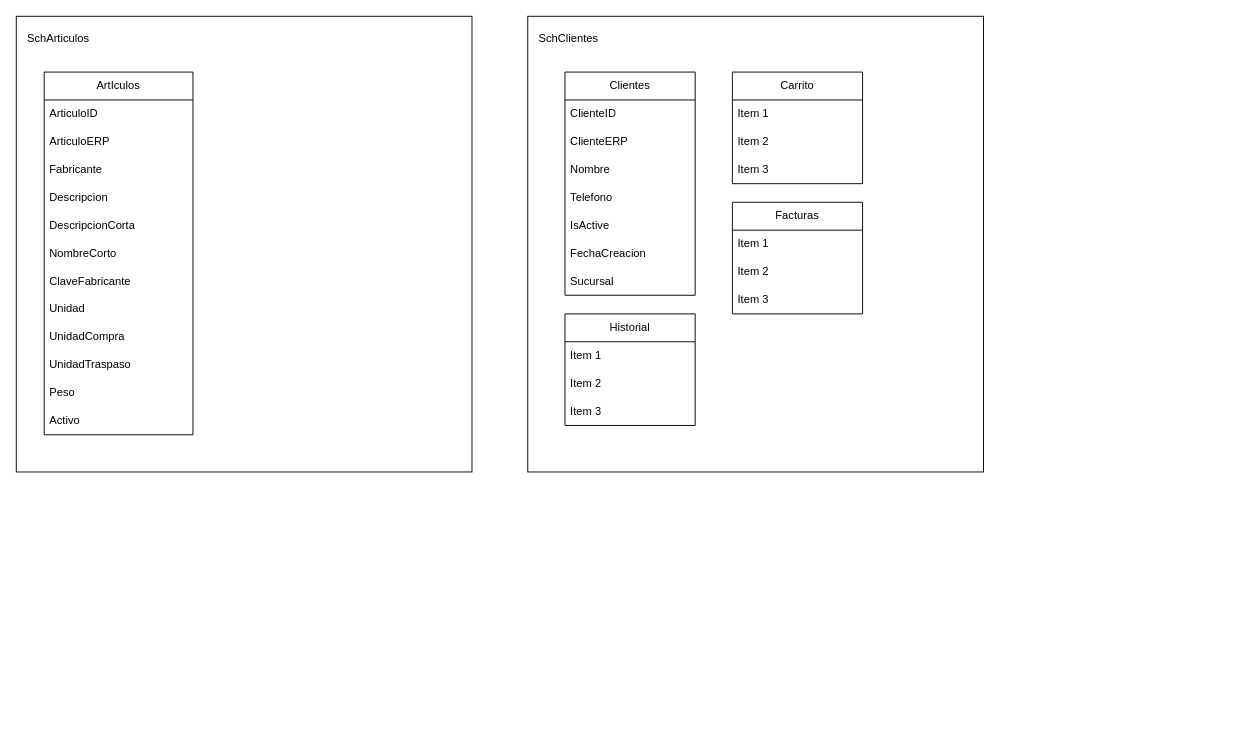
Before: TiendaEnLinea.drawio in axelnfs/BlogMD, a draw.io diagram. Source tidied: cells renumbered, new cells numbered last; positions are measured from the earlier drawing's top-left corner, leaving out a move shared by most shapes. Both pictures are drawn from the tidied source at 93%, with x=0, y=0 at pixel (16, 16).
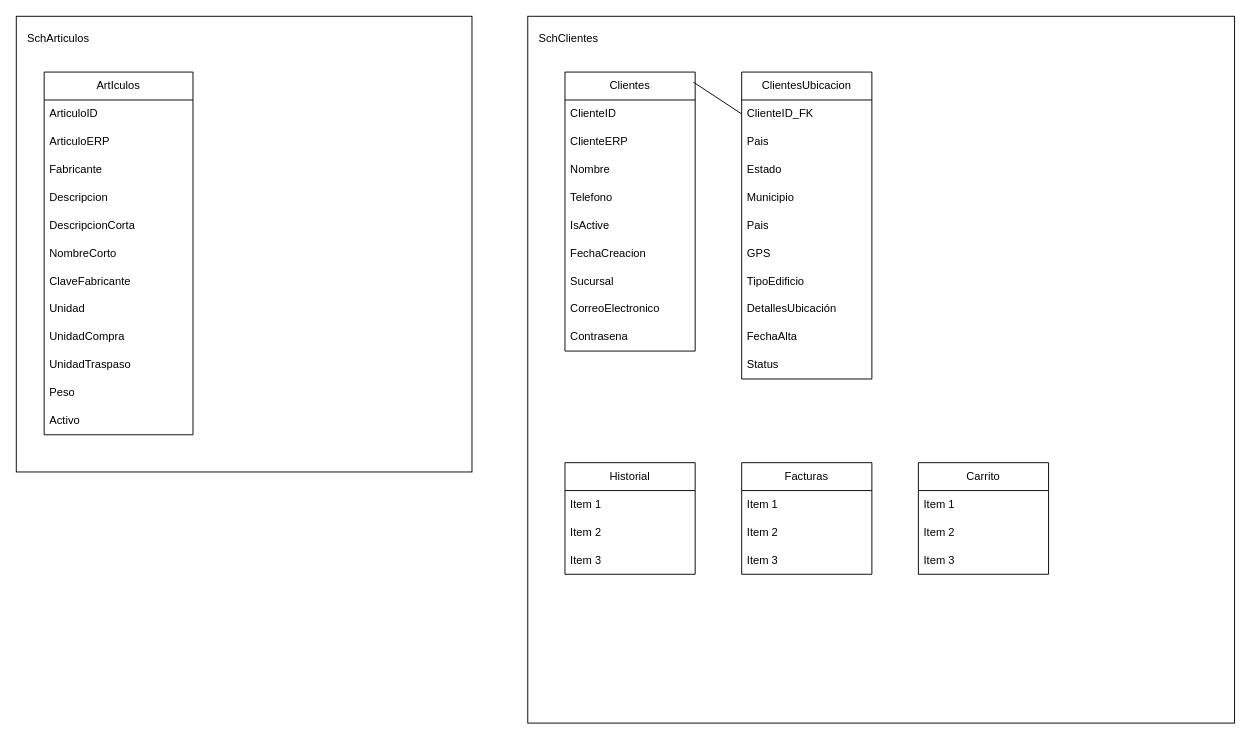
Above is the later version.

What changed in the source:
```diff
@@
     <mxCell id="17" style="whiteSpace=wrap;html=1;" parent="1" vertex="1">
-      <mxGeometry x="550" width="490" height="490" as="geometry" />
+      <mxGeometry x="550" width="760" height="760" as="geometry" />
     </mxCell>
     <mxCell id="18" value="&lt;div&gt;Clientes&lt;/div&gt;" style="swimlane;fontStyle=0;horizontal=1;startSize=30;whiteSpace=wrap;html=1;" parent="1" vertex="1">
-      <mxGeometry x="590" y="60" width="140" height="240" as="geometry" />
+      <mxGeometry x="590" y="60" width="140" height="300" as="geometry" />
     </mxCell>
@@
+    <mxCell id="39" value="CorreoElectronico" style="text;strokeColor=none;fillColor=none;align=left;verticalAlign=middle;spacingLeft=4;spacingRight=4;overflow=hidden;whiteSpace=wrap;html=1;" parent="18" vertex="1">
+      <mxGeometry y="240" width="140" height="30" as="geometry" />
+    </mxCell>
+    <mxCell id="40" value="Contrasena" style="text;strokeColor=none;fillColor=none;align=left;verticalAlign=middle;spacingLeft=4;spacingRight=4;overflow=hidden;whiteSpace=wrap;html=1;" parent="18" vertex="1">
+      <mxGeometry y="270" width="140" height="30" as="geometry" />
+    </mxCell>
@@
     <mxCell id="27" value="&lt;div&gt;Carrito&lt;/div&gt;" style="swimlane;fontStyle=0;horizontal=1;startSize=30;whiteSpace=wrap;html=1;" parent="1" vertex="1">
-      <mxGeometry x="770" y="60" width="140" height="120" as="geometry" />
+      <mxGeometry x="970" y="480" width="140" height="120" as="geometry" />
     </mxCell>
@@
     <mxCell id="31" value="Facturas" style="swimlane;fontStyle=0;horizontal=1;startSize=30;whiteSpace=wrap;html=1;" parent="1" vertex="1">
-      <mxGeometry x="770" y="200" width="140" height="120" as="geometry" />
+      <mxGeometry x="780" y="480" width="140" height="120" as="geometry" />
     </mxCell>
@@
     <mxCell id="35" value="&lt;div&gt;Historial&lt;/div&gt;" style="swimlane;fontStyle=0;horizontal=1;startSize=30;whiteSpace=wrap;html=1;" parent="1" vertex="1">
-      <mxGeometry x="590" y="320" width="140" height="120" as="geometry" />
+      <mxGeometry x="590" y="480" width="140" height="120" as="geometry" />
     </mxCell>
@@
+    <mxCell id="41" value="ClientesUbicacion" style="swimlane;fontStyle=0;horizontal=1;startSize=30;whiteSpace=wrap;html=1;" parent="1" vertex="1">
+      <mxGeometry x="780" y="60" width="140" height="330" as="geometry" />
+    </mxCell>
+    <mxCell id="42" value="ClienteID_FK" style="text;strokeColor=none;fillColor=none;align=left;verticalAlign=middle;spacingLeft=4;spacingRight=4;overflow=hidden;points=[[0,0.5],[1,0.5]];portConstraint=eastwest;whiteSpace=wrap;html=1;" parent="41" vertex="1">
+      <mxGeometry y="30" width="140" height="30" as="geometry" />
+    </mxCell>
+    <mxCell id="43" value="Pais" style="text;strokeColor=none;fillColor=none;align=left;verticalAlign=middle;spacingLeft=4;spacingRight=4;overflow=hidden;whiteSpace=wrap;html=1;" parent="41" vertex="1">
+      <mxGeometry y="60" width="140" height="30" as="geometry" />
+    </mxCell>
+    <mxCell id="44" value="Estado" style="text;strokeColor=none;fillColor=none;align=left;verticalAlign=middle;spacingLeft=4;spacingRight=4;overflow=hidden;whiteSpace=wrap;html=1;" parent="41" vertex="1">
+      <mxGeometry y="90" width="140" height="30" as="geometry" />
+    </mxCell>
+    <mxCell id="45" value="Municipio" style="text;strokeColor=none;fillColor=none;align=left;verticalAlign=middle;spacingLeft=4;spacingRight=4;overflow=hidden;whiteSpace=wrap;html=1;" parent="41" vertex="1">
+      <mxGeometry y="120" width="140" height="30" as="geometry" />
+    </mxCell>
+    <mxCell id="46" value="Pais" style="text;strokeColor=none;fillColor=none;align=left;verticalAlign=middle;spacingLeft=4;spacingRight=4;overflow=hidden;whiteSpace=wrap;html=1;" parent="41" vertex="1">
+      <mxGeometry y="150" width="140" height="30" as="geometry" />
+    </mxCell>
+    <mxCell id="47" value="&lt;div&gt;GPS&lt;/div&gt;" style="text;strokeColor=none;fillColor=none;align=left;verticalAlign=middle;spacingLeft=4;spacingRight=4;overflow=hidden;whiteSpace=wrap;html=1;" parent="41" vertex="1">
+      <mxGeometry y="180" width="140" height="30" as="geometry" />
+    </mxCell>
+    <mxCell id="48" value="TipoEdificio" style="text;strokeColor=none;fillColor=none;align=left;verticalAlign=middle;spacingLeft=4;spacingRight=4;overflow=hidden;whiteSpace=wrap;html=1;" parent="41" vertex="1">
+      <mxGeometry y="210" width="140" height="30" as="geometry" />
+    </mxCell>
+    <mxCell id="49" value="DetallesUbicación" style="text;strokeColor=none;fillColor=none;align=left;verticalAlign=middle;spacingLeft=4;spacingRight=4;overflow=hidden;whiteSpace=wrap;html=1;" parent="41" vertex="1">
+      <mxGeometry y="240" width="140" height="30" as="geometry" />
+    </mxCell>
+    <mxCell id="50" value="FechaAlta" style="text;strokeColor=none;fillColor=none;align=left;verticalAlign=middle;spacingLeft=4;spacingRight=4;overflow=hidden;whiteSpace=wrap;html=1;" parent="41" vertex="1">
+      <mxGeometry y="270" width="140" height="30" as="geometry" />
+    </mxCell>
+    <mxCell id="51" value="Status" style="text;strokeColor=none;fillColor=none;align=left;verticalAlign=middle;spacingLeft=4;spacingRight=4;overflow=hidden;whiteSpace=wrap;html=1;" parent="41" vertex="1">
+      <mxGeometry y="300" width="140" height="30" as="geometry" />
+    </mxCell>
+    <mxCell id="52" style="endArrow=none;html=1;rounded=0;exitX=0;exitY=0.5;exitDx=0;exitDy=0;entryX=0.986;entryY=0.036;entryDx=0;entryDy=0;entryPerimeter=0;" parent="1" edge="1" source="42" target="18">
+      <mxGeometry relative="1" as="geometry" />
+    </mxCell>
```
